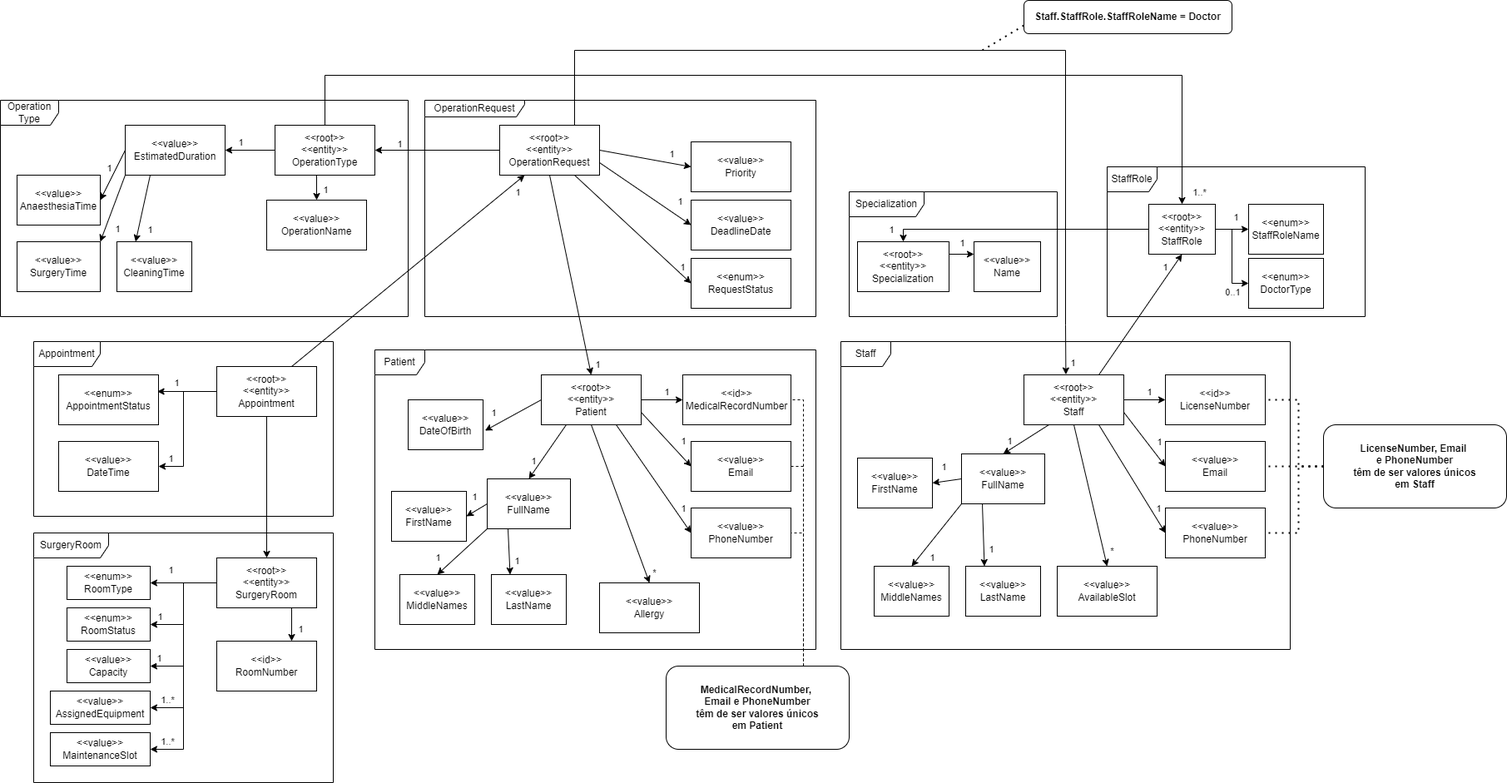
Earlier version of the draw.io export docs/geral/domain_model/images/DomainModel.png (andredsferreira/p5sem-3dj-g59). Source tidied: cells renumbered, new cells last; positions are measured from the earlier drawing's top-left corner, leaving out a move shared by most shapes.
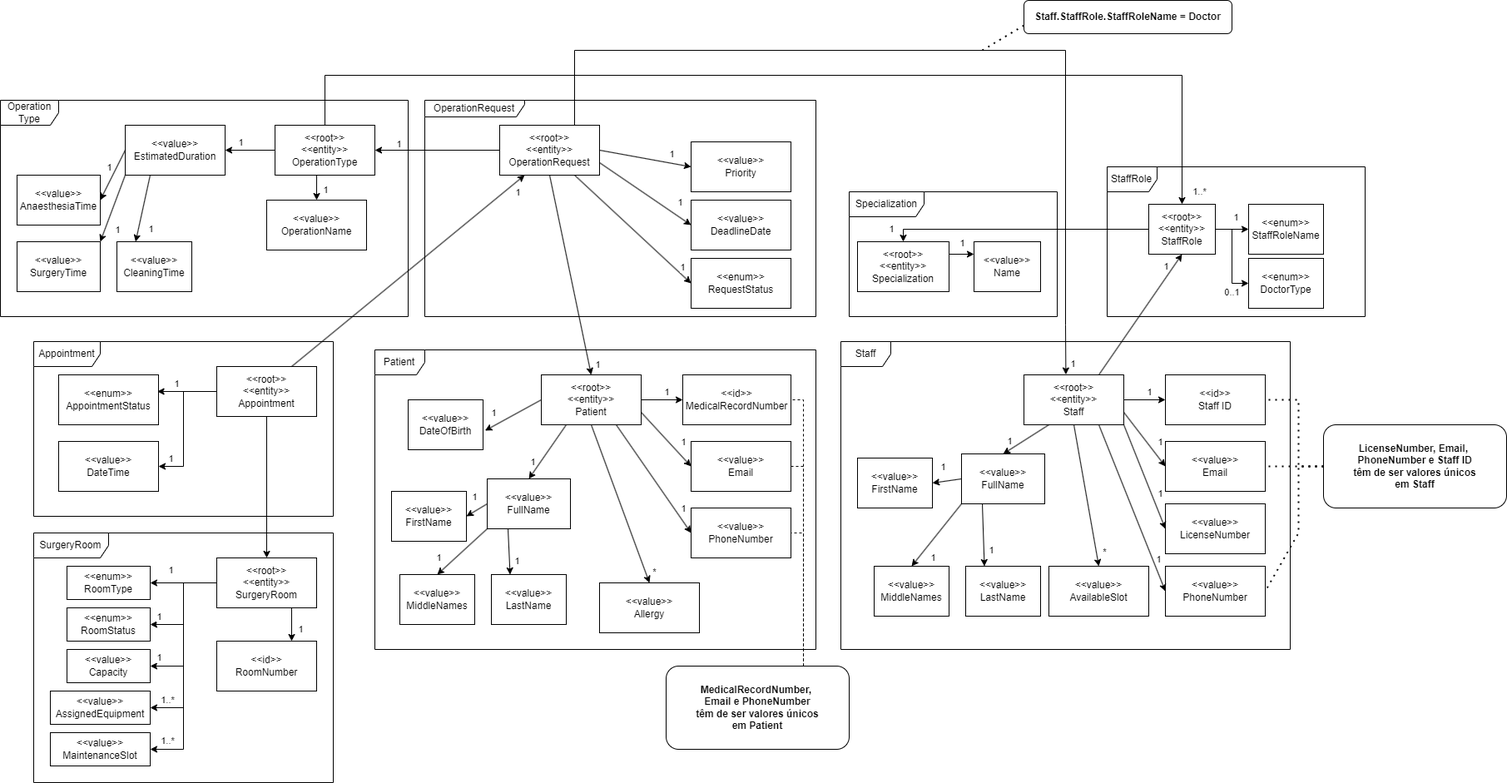
Above is the later version.

Diff of the diagram source:
```diff
@@ -158,7 +158,7 @@
         <mxPoint y="-17" as="offset" />
       </mxGeometry>
     </mxCell>
-    <mxCell id="46" value="&amp;lt;&amp;lt;id&amp;gt;&amp;gt;&lt;div&gt;LicenseNumber&lt;/div&gt;" style="whiteSpace=wrap;html=1;" parent="1" vertex="1">
+    <mxCell id="46" value="&amp;lt;&amp;lt;id&amp;gt;&amp;gt;&lt;div&gt;Staff ID&lt;/div&gt;" style="whiteSpace=wrap;html=1;" parent="1" vertex="1">
       <mxGeometry x="1400" y="450" width="120" height="60" as="geometry" />
     </mxCell>
     <mxCell id="47" style="endArrow=classic;html=1;rounded=0;exitX=1;exitY=0.5;exitDx=0;exitDy=0;entryX=0;entryY=0.5;entryDx=0;entryDy=0;" parent="1" edge="1" source="39" target="46">
@@ -181,7 +181,7 @@
       </mxGeometry>
     </mxCell>
     <mxCell id="52" value="&amp;lt;&amp;lt;value&amp;gt;&amp;gt;&lt;div&gt;PhoneNumber&lt;/div&gt;" style="whiteSpace=wrap;html=1;" parent="1" vertex="1">
-      <mxGeometry x="1400" y="610" width="120" height="60" as="geometry" />
+      <mxGeometry x="1400" y="680" width="120" height="60" as="geometry" />
     </mxCell>
     <mxCell id="53" style="endArrow=classic;html=1;rounded=0;exitX=0.75;exitY=1;exitDx=0;exitDy=0;entryX=0;entryY=0.5;entryDx=0;entryDy=0;" parent="1" edge="1" source="39" target="52">
       <mxGeometry relative="1" as="geometry" />
@@ -195,9 +195,9 @@
       <mxGeometry x="1030" y="290" width="110" height="60" as="geometry" />
     </mxCell>
     <mxCell id="56" value="&amp;lt;&amp;lt;value&amp;gt;&amp;gt;&lt;div&gt;AvailableSlot&lt;/div&gt;" style="whiteSpace=wrap;html=1;" parent="1" vertex="1">
-      <mxGeometry x="1270" y="680" width="120" height="60" as="geometry" />
+      <mxGeometry x="1260" y="680" width="120" height="60" as="geometry" />
     </mxCell>
-    <mxCell id="57" value="&lt;b&gt;LicenseNumber, Email&amp;nbsp;&lt;/b&gt;&lt;div&gt;&lt;b&gt;e PhoneNumber&lt;/b&gt;&lt;div&gt;&lt;b&gt;têm de ser valores únicos&lt;/b&gt;&lt;/div&gt;&lt;/div&gt;&lt;div&gt;&lt;b&gt;em Staff&lt;/b&gt;&lt;/div&gt;" style="rounded=1;whiteSpace=wrap;html=1;" parent="1" vertex="1">
+    <mxCell id="57" value="&lt;b&gt;LicenseNumber, Email,&amp;nbsp;&lt;/b&gt;&lt;div&gt;&lt;b style=&quot;background-color: initial;&quot;&gt;PhoneNumber e Staff ID&lt;/b&gt;&lt;div&gt;&lt;div&gt;&lt;b&gt;têm de ser valores únicos&lt;/b&gt;&lt;/div&gt;&lt;/div&gt;&lt;div&gt;&lt;b&gt;em Staff&lt;/b&gt;&lt;/div&gt;&lt;/div&gt;" style="rounded=1;whiteSpace=wrap;html=1;" parent="1" vertex="1">
       <mxGeometry x="1590" y="510" width="220" height="100" as="geometry" />
     </mxCell>
     <mxCell id="58" style="endArrow=none;dashed=1;html=1;dashPattern=1 3;strokeWidth=2;rounded=0;entryX=1;entryY=0.5;entryDx=0;entryDy=0;exitX=0;exitY=0.5;exitDx=0;exitDy=0;" parent="1" edge="1" source="57" target="46">
@@ -611,5 +611,16 @@
         <mxPoint x="13" y="6" as="offset" />
       </mxGeometry>
     </mxCell>
+    <mxCell id="151" value="&amp;lt;&amp;lt;value&amp;gt;&amp;gt;&lt;div&gt;LicenseNumber&lt;br&gt;&lt;/div&gt;" style="whiteSpace=wrap;html=1;" parent="1" vertex="1">
+      <mxGeometry x="1400" y="605" width="120" height="60" as="geometry" />
+    </mxCell>
+    <mxCell id="152" style="endArrow=classic;html=1;rounded=0;entryX=0;entryY=0.5;entryDx=0;entryDy=0;exitX=1;exitY=1;exitDx=0;exitDy=0;" parent="1" edge="1" source="39" target="151">
+      <mxGeometry relative="1" as="geometry" />
+    </mxCell>
+    <mxCell id="153" value="1" style="edgeLabel;html=1;align=center;verticalAlign=middle;" parent="152" vertex="1">
+      <mxGeometry x="0.54" y="3" relative="1" as="geometry">
+        <mxPoint x="2" y="-13" as="offset" />
+      </mxGeometry>
+    </mxCell>
   </root>
 </mxGraphModel>
```
